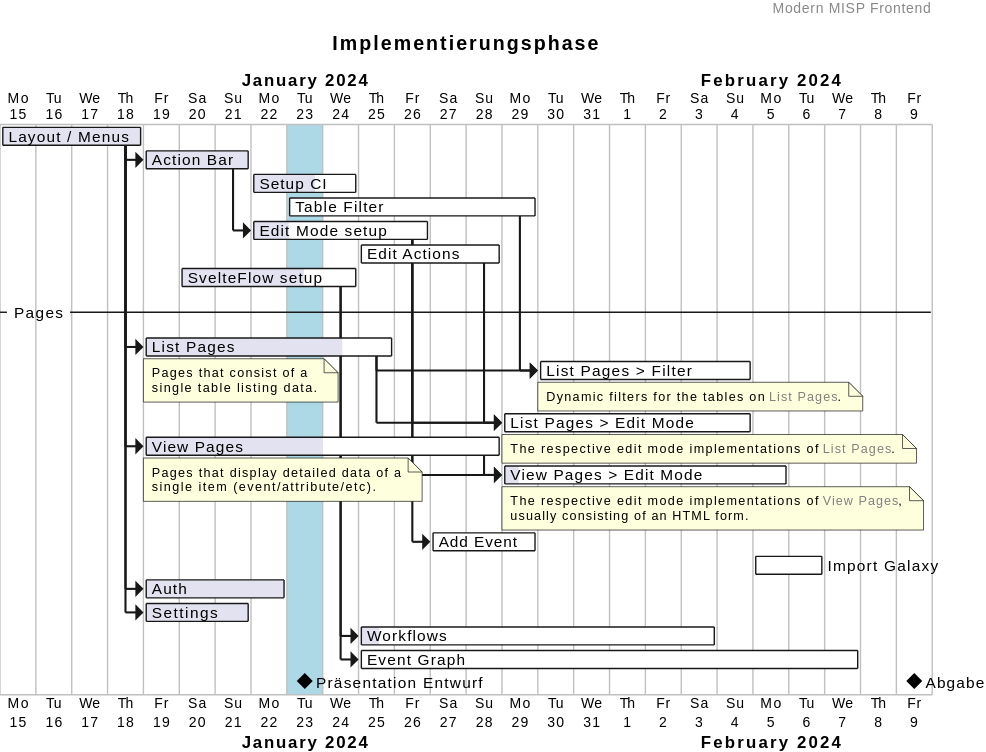
Earlier version of the PlantUML export docs/ganttChart.svg (Modern-MISP/frontend).
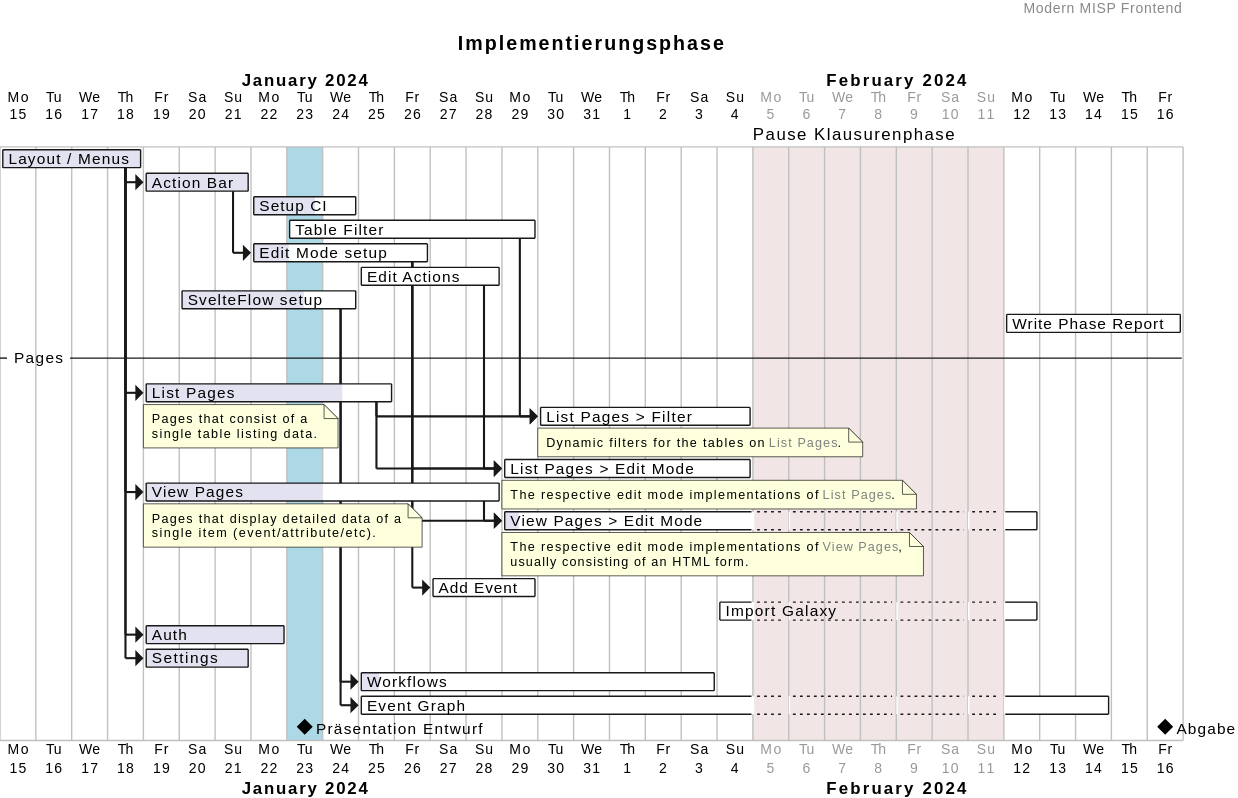
Later version of the same file.

Commit message:
Auto-generated docs for 'add break (+adjust deadline) and phase report to gantt chart'

The edit, as a diff of the source:
```diff
@@ -13,6 +13,7 @@
 [Edit Mode setup] requires 5 days and is 20% complete
 [Edit Actions] requires 4 days and is 0% complete
 [SvelteFlow setup] requires 5 days and is 70% complete
+[Write Phase Report] requires 5 days and is 0% complete
 -- Pages --
 [List Pages] requires 7 days and is 80% complete
 note bottom
@@ -67,8 +68,10 @@
 [View Pages] -> [View Pages > Edit Mode]
 [SvelteFlow setup] -> [Workflows]
 [SvelteFlow setup] -> [Event Graph]
-[Import Galaxy] ends 2024-02-06
-[Abgabe] happens at 2024-02-09
+2024-02-05 to 2024-02-11 is closed and are named [Pause Klausurenphase]
+[Import Galaxy] ends 2024-02-12
+[Write Phase Report] ends at 2024-02-16
+[Abgabe] happens at 2024-02-16
 
 
 [Präsentation Entwurf] displays on same row as [Abgabe]
```
